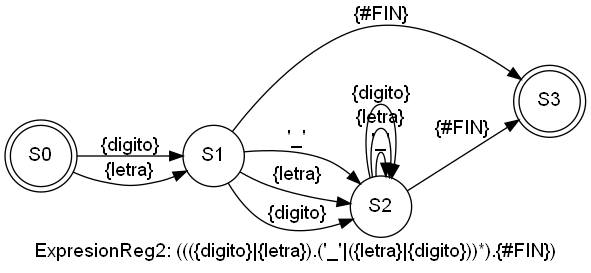
Before: AFD_202004765/AFD_ExpresionReg2.png, a diagram exported from Graphviz (PikaGuty/OLC1_Proyecto1_202004765). Its source is kept beside it as AFD_202004765/AFD_ExpresionReg2.dot. Source of this version:
```dot
digraph finite_state_machine {
	fontname="Helvetica,Arial,sans-serif"
       label="ExpresionReg2: ((({digito}|{letra}).('_'|({letra}|{digito}))*).{#FIN})"	node [fontname="Helvetica,Arial,sans-serif"]
	edge [fontname="Helvetica,Arial,sans-serif"]
	rankdir=LR;
	size="8,5";
       node [shape = doublecircle]; S0 S3;
	node [shape = circle];S0 -> S1 [label = "{digito}"];
S0 -> S1 [label = "{letra}"];
S1 -> S2 [label = "'_'"];
S1 -> S2 [label = "{letra}"];
S1 -> S2 [label = "{digito}"];
S1 -> S3 [label = "{#FIN}"];
S2 -> S2 [label = "'_'"];
S2 -> S2 [label = "{letra}"];
S2 -> S2 [label = "{digito}"];
S2 -> S3 [label = "{#FIN}"];
}
```
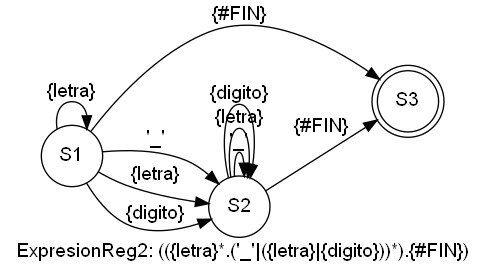
After the commit.

The edit, as a diff of the source:
```diff
@@ -1,12 +1,11 @@
 digraph finite_state_machine {
 	fontname="Helvetica,Arial,sans-serif"
-       label="ExpresionReg2: ((({digito}|{letra}).('_'|({letra}|{digito}))*).{#FIN})"	node [fontname="Helvetica,Arial,sans-serif"]
+       label="ExpresionReg2: (({letra}*.('_'|({letra}|{digito}))*).{#FIN})"	node [fontname="Helvetica,Arial,sans-serif"]
 	edge [fontname="Helvetica,Arial,sans-serif"]
 	rankdir=LR;
 	size="8,5";
-       node [shape = doublecircle]; S0 S3;
-	node [shape = circle];S0 -> S1 [label = "{digito}"];
-S0 -> S1 [label = "{letra}"];
+       node [shape = doublecircle]; S3;
+	node [shape = circle];S1 -> S1 [label = "{letra}"];
 S1 -> S2 [label = "'_'"];
 S1 -> S2 [label = "{letra}"];
 S1 -> S2 [label = "{digito}"];
```
